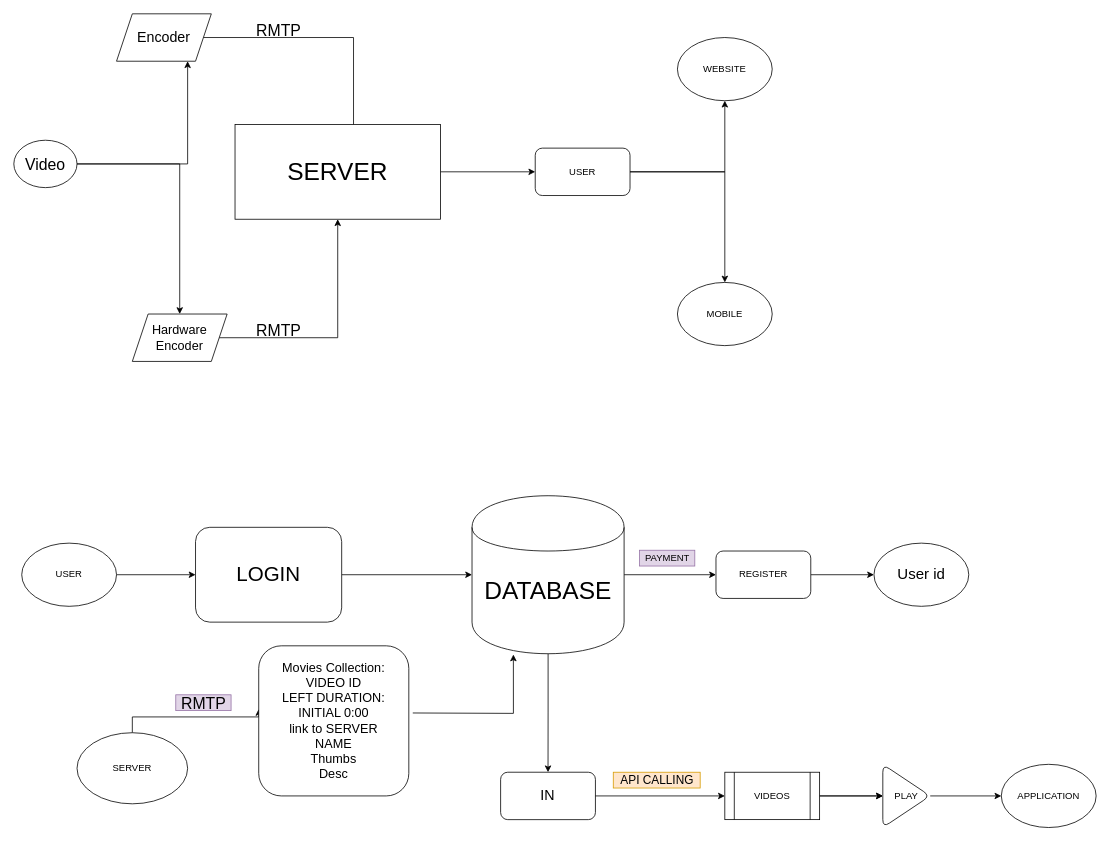
Earlier version of the draw.io diagram video stream schema.drawio (Sukhvsin2/stream_architecture). Source tidied: cells renumbered, new cells numbered last; positions are measured from the earlier drawing's top-left corner, leaving out a move shared by most shapes. Both pictures are drawn from the tidied source at 79%, with x=0, y=0 at pixel (13, 13).
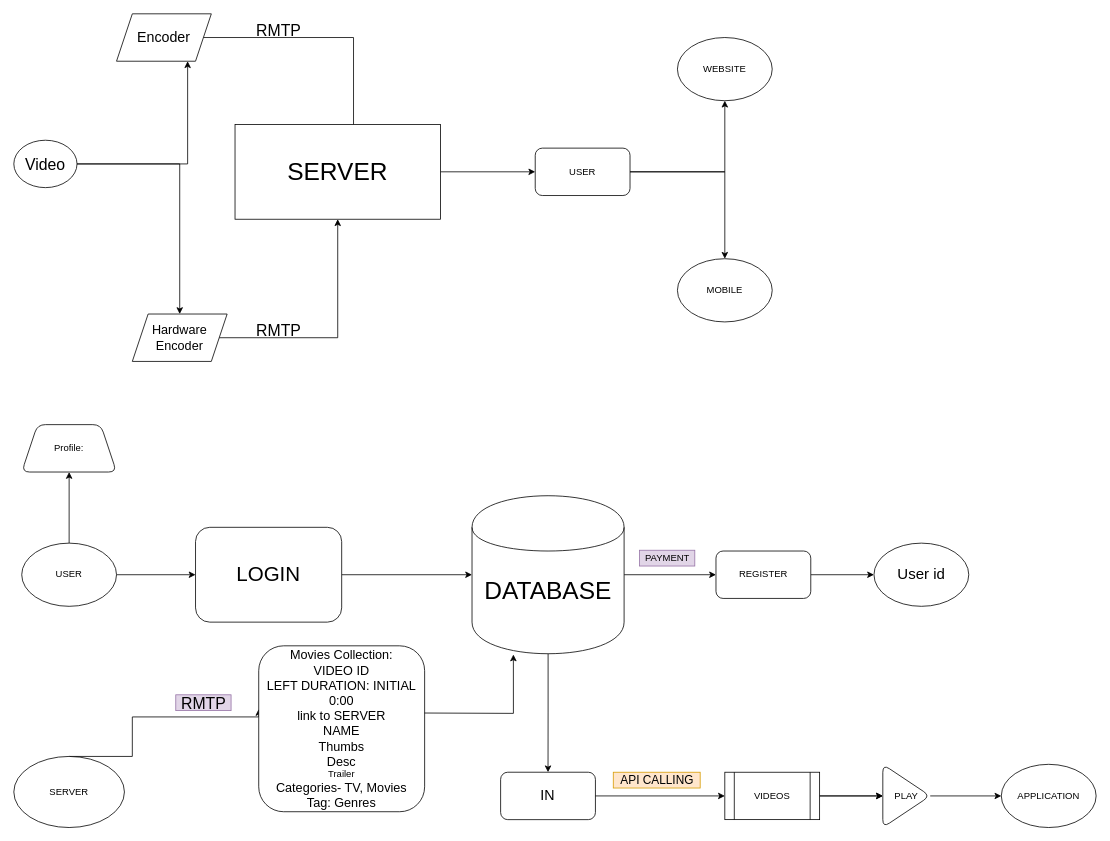
The same page after the edit.

The change refers to these unchanged cells:
```xml
<mxCell id="20" value="USER" style="ellipse;whiteSpace=wrap;html=1;rounded=1;" parent="1" vertex="1">
  <mxGeometry x="10" y="670" width="120" height="80" as="geometry" />
</mxCell>
```

Diff of the diagram source:
```diff
@@
     <mxCell id="18" value="MOBILE" style="ellipse;whiteSpace=wrap;html=1;rounded=1;" parent="1" vertex="1">
-      <mxGeometry x="840" y="340" width="120" height="80" as="geometry" />
+      <mxGeometry x="840" y="310" width="120" height="80" as="geometry" />
     </mxCell>
@@
+    <mxCell id="44" style="edgeStyle=orthogonalEdgeStyle;rounded=0;jettySize=auto;html=1;" parent="1" edge="1" source="20" target="45">
+      <mxGeometry relative="1" as="geometry" />
+    </mxCell>
@@
     <mxCell id="33" value="SERVER" style="ellipse;whiteSpace=wrap;html=1;" parent="1" vertex="1">
-      <mxGeometry x="80" y="910" width="140" height="90" as="geometry" />
+      <mxGeometry y="940" width="140" height="90" as="geometry" />
     </mxCell>
@@
-    <mxCell id="35" value="&lt;span style=&quot;font-size: 16px&quot;&gt;Movies Collection:&lt;br&gt;VIDEO ID&lt;/span&gt;&lt;br style=&quot;font-size: 16px&quot;&gt;&lt;span style=&quot;font-size: 16px&quot;&gt;LEFT DURATION: INITIAL 0:00&lt;/span&gt;&lt;br style=&quot;font-size: 16px&quot;&gt;&lt;span style=&quot;font-size: 16px&quot;&gt;link to SERVER&lt;br&gt;NAME&lt;br&gt;Thumbs&lt;br&gt;Desc&lt;br&gt;&lt;/span&gt;" style="whiteSpace=wrap;html=1;rounded=1;shadow=0;glass=0;sketch=0;" parent="1" vertex="1">
-      <mxGeometry x="310" y="800" width="190" height="190" as="geometry" />
+    <mxCell id="35" value="&lt;span style=&quot;font-size: 16px&quot;&gt;Movies Collection:&lt;br&gt;VIDEO ID&lt;/span&gt;&lt;br style=&quot;font-size: 16px&quot;&gt;&lt;span style=&quot;font-size: 16px&quot;&gt;LEFT DURATION: INITIAL 0:00&lt;/span&gt;&lt;br style=&quot;font-size: 16px&quot;&gt;&lt;span style=&quot;font-size: 16px&quot;&gt;link to SERVER&lt;/span&gt;&lt;br&gt;&lt;span style=&quot;font-size: 16px&quot;&gt;NAME&lt;/span&gt;&lt;br&gt;&lt;span style=&quot;font-size: 16px&quot;&gt;Thumbs&lt;/span&gt;&lt;br&gt;&lt;span style=&quot;font-size: 16px&quot;&gt;Desc&lt;br&gt;&lt;/span&gt;Trailer&lt;br&gt;&lt;span style=&quot;font-size: 16px&quot;&gt;Categories- TV, Movies&lt;/span&gt;&lt;br&gt;&lt;span style=&quot;font-size: 16px&quot;&gt;Tag: Genres&lt;/span&gt;" style="whiteSpace=wrap;html=1;rounded=1;shadow=0;glass=0;sketch=0;" parent="1" vertex="1">
+      <mxGeometry x="310" y="800" width="210" height="210" as="geometry" />
     </mxCell>
@@
+    <mxCell id="45" value="Profile:&lt;br&gt;" style="shape=trapezoid;perimeter=trapezoidPerimeter;whiteSpace=wrap;html=1;fixedSize=1;rounded=1;" parent="1" vertex="1">
+      <mxGeometry x="10" y="520" width="120" height="60" as="geometry" />
+    </mxCell>
```
